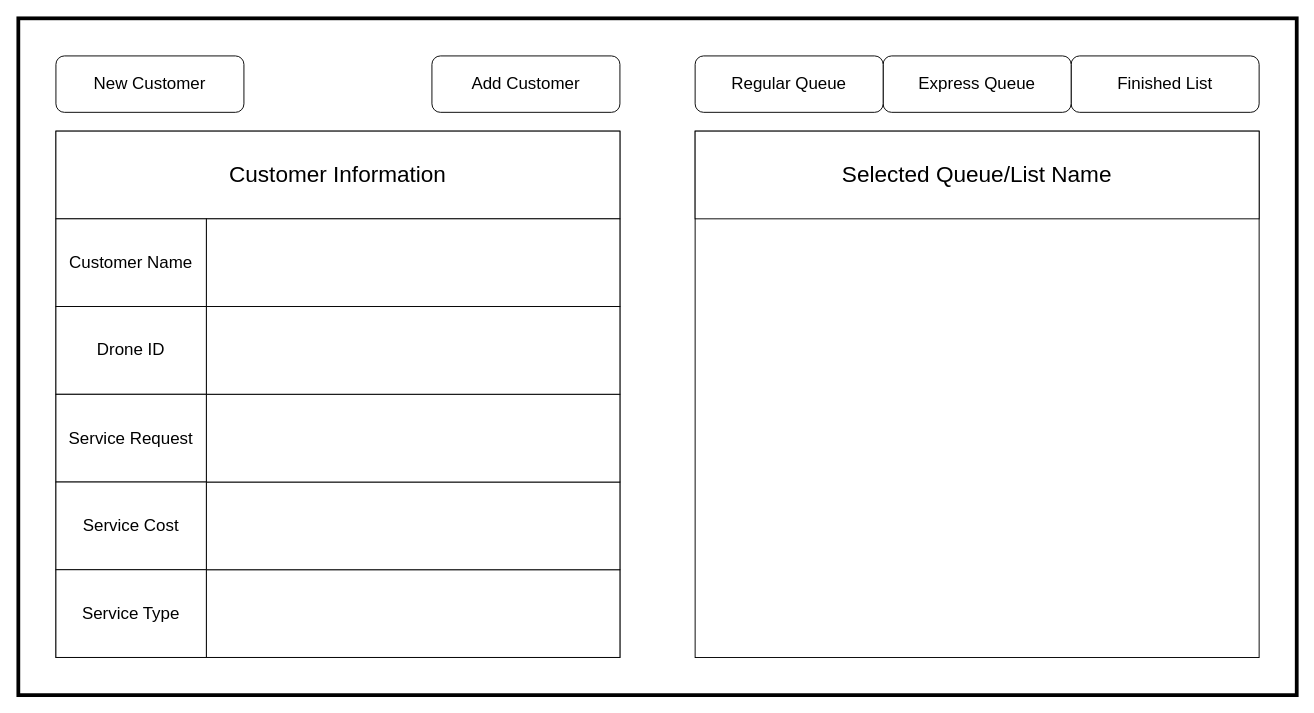
Before: GUI Design.drawio in Boom5000/Ass-2, a draw.io diagram. Source tidied: cells renumbered, new cells numbered last; positions are measured from the earlier drawing's top-left corner, leaving out a move shared by most shapes. Both pictures are drawn from the tidied source at 94%, with x=0, y=0 at pixel (18, 18).
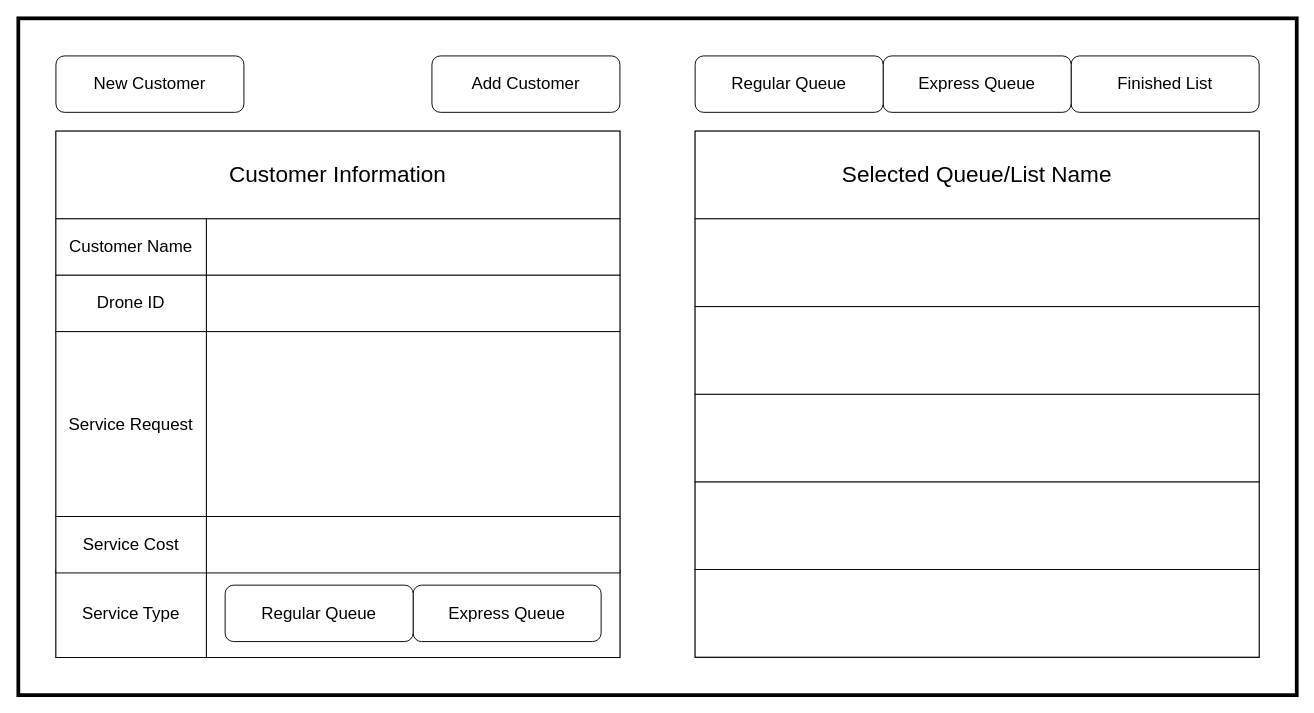
The same page after the edit.

The edit, as a diff of the source:
```diff
@@
-    <mxCell id="4" style="group;" parent="1" vertex="1">
-      <mxGeometry x="720" y="40" width="600" height="60" as="geometry" />
-    </mxCell>
-    <mxCell id="5" value="&lt;font style=&quot;font-size: 18px;&quot;&gt;Finished List&lt;/font&gt;" style="rounded=1;whiteSpace=wrap;html=1;roundedPerimeter=1;" parent="4" vertex="1">
-      <mxGeometry x="400" width="200" height="60" as="geometry" />
-    </mxCell>
-    <mxCell id="6" value="&lt;font style=&quot;font-size: 18px;&quot;&gt;Express Queue&lt;/font&gt;" style="rounded=1;whiteSpace=wrap;html=1;roundedPerimeter=1;" parent="4" vertex="1">
-      <mxGeometry x="200" width="200" height="60" as="geometry" />
-    </mxCell>
-    <mxCell id="7" value="&lt;font style=&quot;font-size: 18px;&quot;&gt;Regular Queue&lt;/font&gt;" style="rounded=1;whiteSpace=wrap;html=1;roundedPerimeter=1;" parent="4" vertex="1">
-      <mxGeometry width="200" height="60" as="geometry" />
-    </mxCell>
@@
-    <mxCell id="13" style="group;" parent="1" vertex="1">
-      <mxGeometry x="200" y="213.3" width="440" height="466.7" as="geometry" />
-    </mxCell>
+    <mxCell id="25" value="&lt;font style=&quot;font-size: 24px;&quot;&gt;Selected Queue/List Name&lt;/font&gt;" style="rounded=0;whiteSpace=wrap;html=1;" parent="1" vertex="1">
+      <mxGeometry x="720" y="120" width="600" height="93.3" as="geometry" />
+    </mxCell>
+    <mxCell id="5" value="&lt;font style=&quot;font-size: 18px;&quot;&gt;Finished List&lt;/font&gt;" style="rounded=1;whiteSpace=wrap;html=1;roundedPerimeter=1;" parent="1" vertex="1">
+      <mxGeometry x="1120" y="40" width="200" height="60" as="geometry" />
+    </mxCell>
+    <mxCell id="6" value="&lt;font style=&quot;font-size: 18px;&quot;&gt;Express Queue&lt;/font&gt;" style="rounded=1;whiteSpace=wrap;html=1;roundedPerimeter=1;" parent="1" vertex="1">
+      <mxGeometry x="920" y="40" width="200" height="60" as="geometry" />
+    </mxCell>
+    <mxCell id="7" value="&lt;font style=&quot;font-size: 18px;&quot;&gt;Regular Queue&lt;/font&gt;" style="rounded=1;whiteSpace=wrap;html=1;roundedPerimeter=1;" parent="1" vertex="1">
+      <mxGeometry x="720" y="40" width="200" height="60" as="geometry" />
+    </mxCell>
-    <mxCell id="14" style="rounded=0;whiteSpace=wrap;html=1;" parent="13" vertex="1">
-      <mxGeometry y="373.3" width="440" height="93.3" as="geometry" />
+    <mxCell id="14" style="rounded=0;whiteSpace=wrap;html=1;" parent="1" vertex="1">
+      <mxGeometry x="200" y="586.7" width="440" height="93.3" as="geometry" />
     </mxCell>
+    <mxCell id="26" value="&lt;font style=&quot;font-size: 18px;&quot;&gt;Express Queue&lt;/font&gt;" style="rounded=1;whiteSpace=wrap;html=1;roundedPerimeter=1;" parent="1" vertex="1">
+      <mxGeometry x="420" y="603" width="200" height="60" as="geometry" />
+    </mxCell>
+    <mxCell id="27" value="&lt;font style=&quot;font-size: 18px;&quot;&gt;Regular Queue&lt;/font&gt;" style="rounded=1;whiteSpace=wrap;html=1;roundedPerimeter=1;" parent="1" vertex="1">
+      <mxGeometry x="220" y="603" width="200" height="60" as="geometry" />
+    </mxCell>
+    <mxCell id="24" value="&lt;font style=&quot;font-size: 18px;&quot;&gt;Service Type&lt;/font&gt;" style="rounded=0;whiteSpace=wrap;html=1;" parent="1" vertex="1">
+      <mxGeometry x="40" y="586.7" width="160" height="93.3" as="geometry" />
+    </mxCell>
+    <mxCell id="28" style="group;" parent="1" vertex="1">
+      <mxGeometry x="40" y="213.3" width="600" height="60" as="geometry" />
+    </mxCell>
+    <mxCell id="18" style="rounded=0;whiteSpace=wrap;html=1;" parent="28" vertex="1">
+      <mxGeometry x="160" width="440" height="60" as="geometry" />
+    </mxCell>
+    <mxCell id="20" value="&lt;font style=&quot;font-size: 18px;&quot;&gt;Customer Name&lt;/font&gt;" style="rounded=0;whiteSpace=wrap;html=1;" parent="28" vertex="1">
+      <mxGeometry width="160" height="60" as="geometry" />
+    </mxCell>
+    <mxCell id="29" style="group;" parent="1" vertex="1">
+      <mxGeometry x="40" y="273.3" width="600" height="76.7" as="geometry" />
+    </mxCell>
+    <mxCell id="17" style="rounded=0;whiteSpace=wrap;html=1;" parent="29" vertex="1">
+      <mxGeometry x="160" width="440" height="60" as="geometry" />
+    </mxCell>
+    <mxCell id="21" value="&lt;font style=&quot;font-size: 18px;&quot;&gt;Drone ID&lt;/font&gt;" style="rounded=0;whiteSpace=wrap;html=1;" parent="29" vertex="1">
+      <mxGeometry width="160" height="60" as="geometry" />
+    </mxCell>
+    <mxCell id="30" style="group;" parent="1" vertex="1">
+      <mxGeometry x="40" y="333.3" width="600" height="196.7" as="geometry" />
+    </mxCell>
+    <mxCell id="16" style="rounded=0;whiteSpace=wrap;html=1;" parent="30" vertex="1">
+      <mxGeometry x="160" width="440" height="196.7" as="geometry" />
+    </mxCell>
+    <mxCell id="22" value="&lt;font style=&quot;font-size: 18px;&quot;&gt;Service Request&lt;/font&gt;" style="rounded=0;whiteSpace=wrap;html=1;" parent="30" vertex="1">
+      <mxGeometry width="160" height="196.7" as="geometry" />
+    </mxCell>
+    <mxCell id="31" style="group;" parent="1" vertex="1">
+      <mxGeometry x="40" y="530" width="600" height="60" as="geometry" />
+    </mxCell>
-    <mxCell id="15" style="rounded=0;whiteSpace=wrap;html=1;" parent="13" vertex="1">
-      <mxGeometry y="280" width="440" height="93.3" as="geometry" />
+    <mxCell id="15" style="rounded=0;whiteSpace=wrap;html=1;" parent="31" vertex="1">
+      <mxGeometry x="160" width="440" height="60" as="geometry" />
     </mxCell>
-    <mxCell id="16" style="rounded=0;whiteSpace=wrap;html=1;" parent="13" vertex="1">
-      <mxGeometry y="186.7" width="440" height="93.3" as="geometry" />
-    </mxCell>
-    <mxCell id="17" style="rounded=0;whiteSpace=wrap;html=1;" parent="13" vertex="1">
-      <mxGeometry y="93.3" width="440" height="93.3" as="geometry" />
-    </mxCell>
-    <mxCell id="18" style="rounded=0;whiteSpace=wrap;html=1;" parent="13" vertex="1">
-      <mxGeometry width="440" height="93.3" as="geometry" />
-    </mxCell>
-    <mxCell id="19" style="group;" parent="1" vertex="1">
-      <mxGeometry x="40" y="213.3" width="160" height="466.7" as="geometry" />
-    </mxCell>
-    <mxCell id="20" value="&lt;font style=&quot;font-size: 18px;&quot;&gt;Customer Name&lt;/font&gt;" style="rounded=0;whiteSpace=wrap;html=1;" parent="19" vertex="1">
-      <mxGeometry width="160" height="93.3" as="geometry" />
-    </mxCell>
-    <mxCell id="21" value="&lt;font style=&quot;font-size: 18px;&quot;&gt;Drone ID&lt;/font&gt;" style="rounded=0;whiteSpace=wrap;html=1;" parent="19" vertex="1">
-      <mxGeometry y="93.3" width="160" height="93.3" as="geometry" />
-    </mxCell>
-    <mxCell id="22" value="&lt;font style=&quot;font-size: 18px;&quot;&gt;Service Request&lt;/font&gt;" style="rounded=0;whiteSpace=wrap;html=1;" parent="19" vertex="1">
-      <mxGeometry y="186.7" width="160" height="93.3" as="geometry" />
-    </mxCell>
-    <mxCell id="23" value="&lt;font style=&quot;font-size: 18px;&quot;&gt;Service Cost&lt;/font&gt;" style="rounded=0;whiteSpace=wrap;html=1;" parent="19" vertex="1">
-      <mxGeometry y="280" width="160" height="93.3" as="geometry" />
+    <mxCell id="23" value="&lt;font style=&quot;font-size: 18px;&quot;&gt;Service Cost&lt;/font&gt;" style="rounded=0;whiteSpace=wrap;html=1;" parent="31" vertex="1">
+      <mxGeometry width="160" height="60" as="geometry" />
     </mxCell>
-    <mxCell id="24" value="&lt;font style=&quot;font-size: 18px;&quot;&gt;Service Type&lt;/font&gt;" style="rounded=0;whiteSpace=wrap;html=1;" parent="19" vertex="1">
-      <mxGeometry y="373.3" width="160" height="93.3" as="geometry" />
-    </mxCell>
-    <mxCell id="25" value="&lt;font style=&quot;font-size: 24px;&quot;&gt;Selected Queue/List Name&lt;/font&gt;" style="rounded=0;whiteSpace=wrap;html=1;" parent="1" vertex="1">
-      <mxGeometry x="720" y="120" width="600" height="93.3" as="geometry" />
-    </mxCell>
+    <mxCell id="32" style="rounded=0;whiteSpace=wrap;html=1;" parent="1" vertex="1">
+      <mxGeometry x="720" y="213.3" width="600" height="93.3" as="geometry" />
+    </mxCell>
+    <mxCell id="33" style="rounded=0;whiteSpace=wrap;html=1;" parent="1" vertex="1">
+      <mxGeometry x="720" y="306.7" width="600" height="93.3" as="geometry" />
+    </mxCell>
+    <mxCell id="34" style="rounded=0;whiteSpace=wrap;html=1;" parent="1" vertex="1">
+      <mxGeometry x="720" y="400" width="600" height="93.3" as="geometry" />
+    </mxCell>
+    <mxCell id="35" style="rounded=0;whiteSpace=wrap;html=1;" parent="1" vertex="1">
+      <mxGeometry x="720" y="493.3" width="600" height="93.3" as="geometry" />
+    </mxCell>
+    <mxCell id="36" style="rounded=0;whiteSpace=wrap;html=1;" parent="1" vertex="1">
+      <mxGeometry x="720" y="586.3" width="600" height="93.3" as="geometry" />
+    </mxCell>
```
